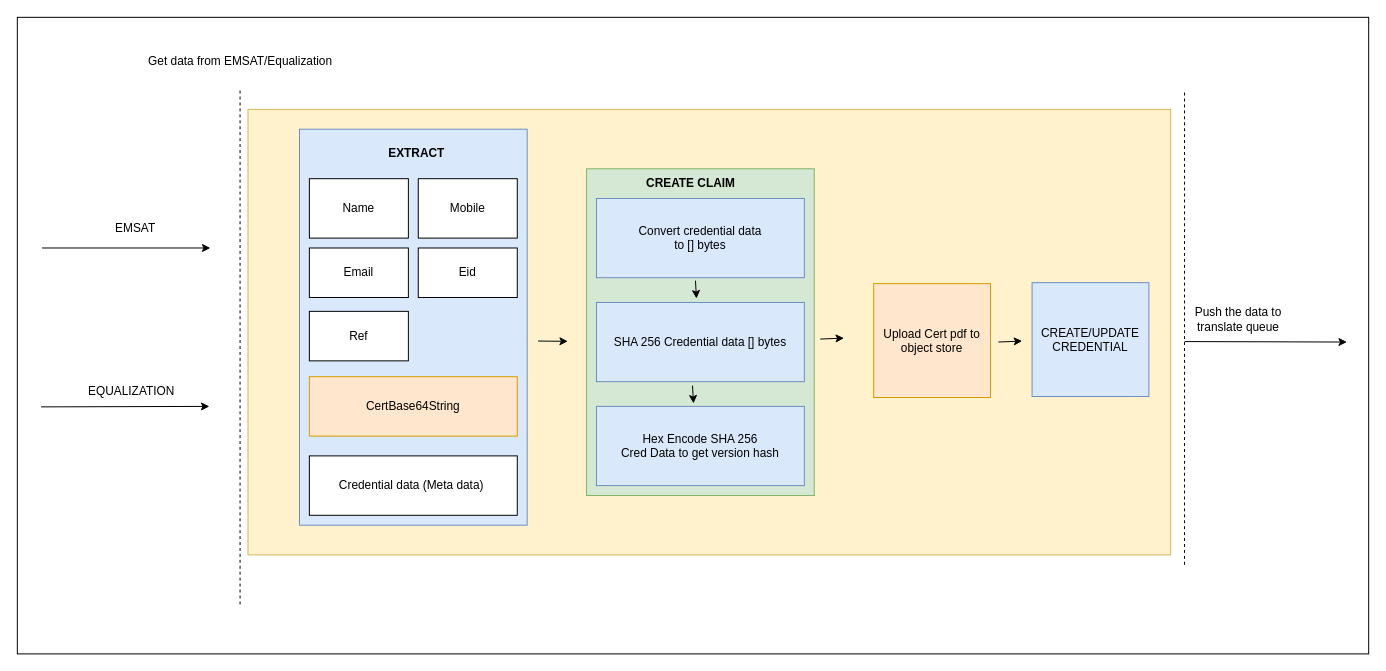
mkhululincube/swagger keeps this draw.io diagram as Untitled Diagram.drawio. Above is the earlier version. Source tidied: cells renumbered, new cells numbered last; positions are measured from the earlier drawing's top-left corner, leaving out a move shared by most shapes. Both pictures are drawn from the tidied source at 99%, with x=0, y=0 at pixel (17, 17).
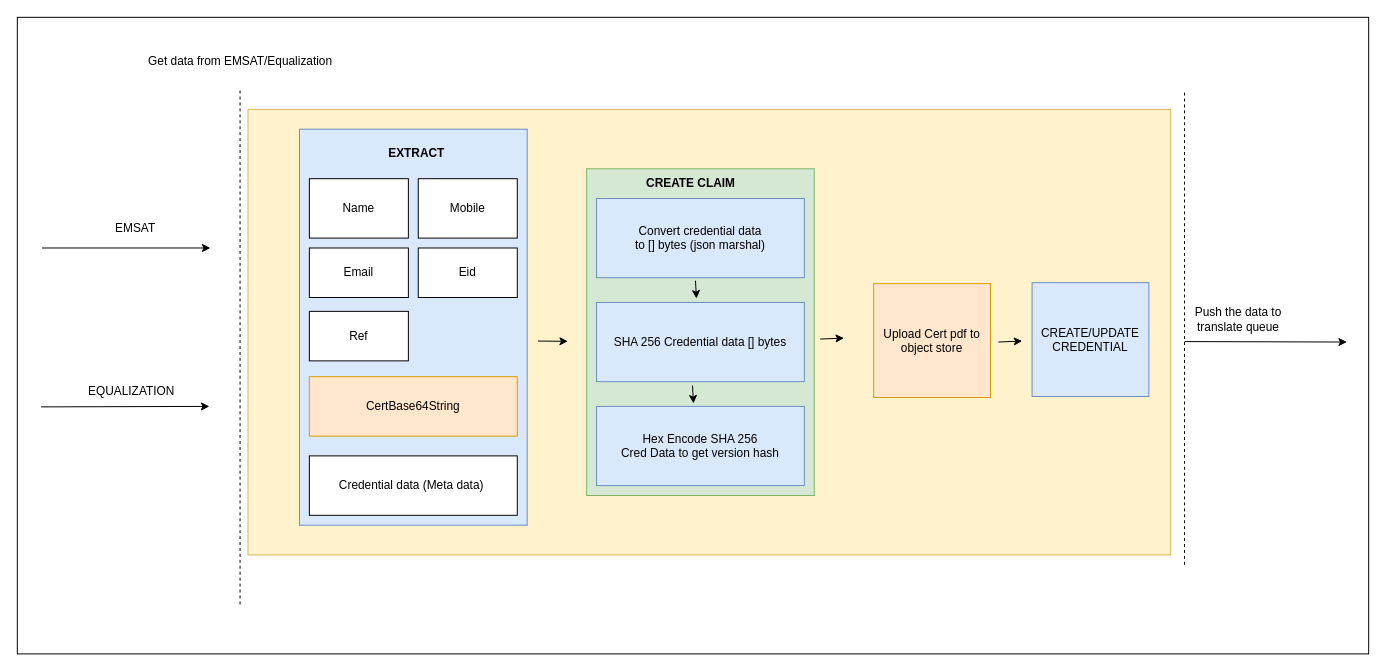
The same page after the edit.

The edit, as a diff of the source:
```diff
@@
-    <mxCell id="28" value="Convert credential data&lt;br&gt;to [] bytes" style="rounded=0;whiteSpace=wrap;html=1;fillColor=#dae8fc;strokeColor=#6c8ebf;" parent="1" vertex="1">
+    <mxCell id="28" value="Convert credential data&lt;br&gt;to [] bytes (json marshal)" style="rounded=0;whiteSpace=wrap;html=1;fillColor=#dae8fc;strokeColor=#6c8ebf;" parent="1" vertex="1">
       <mxGeometry x="585" y="183" width="210" height="80" as="geometry" />
     </mxCell>
```
